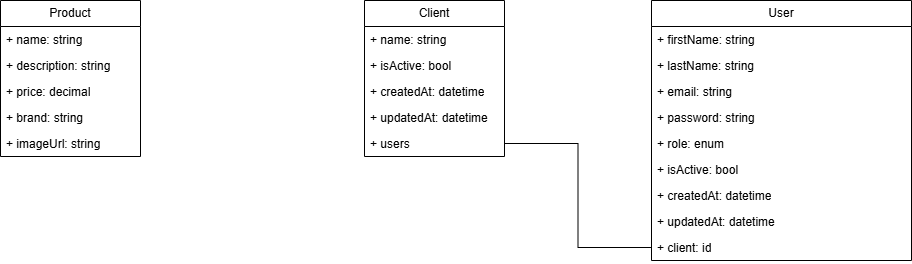
The draw.io diagram docs/diagrams/DiagramClasse.png in Adrien1988/BileMo_API, before a commit. Source tidied: cells renumbered, new cells last; positions are measured from the earlier drawing's top-left corner, leaving out a move shared by most shapes. Its diagram source:
```xml
<mxGraphModel>
  <root>
    <mxCell id="0" />
    <mxCell id="1" parent="0" />
    <mxCell id="2" value="Product" style="swimlane;fontStyle=0;horizontal=1;startSize=26;fillColor=none;whiteSpace=wrap;html=1;" parent="1" vertex="1">
      <mxGeometry width="140" height="156" as="geometry" />
    </mxCell>
    <mxCell id="3" value="+ name: string" style="text;strokeColor=none;fillColor=none;align=left;verticalAlign=top;spacingLeft=4;spacingRight=4;overflow=hidden;whiteSpace=wrap;html=1;" parent="2" vertex="1">
      <mxGeometry y="26" width="140" height="26" as="geometry" />
    </mxCell>
    <mxCell id="4" value="+ description: string" style="text;strokeColor=none;fillColor=none;align=left;verticalAlign=top;spacingLeft=4;spacingRight=4;overflow=hidden;whiteSpace=wrap;html=1;" parent="2" vertex="1">
      <mxGeometry y="52" width="140" height="26" as="geometry" />
    </mxCell>
    <mxCell id="5" value="+ price: decimal" style="text;strokeColor=none;fillColor=none;align=left;verticalAlign=top;spacingLeft=4;spacingRight=4;overflow=hidden;whiteSpace=wrap;html=1;" parent="2" vertex="1">
      <mxGeometry y="78" width="140" height="26" as="geometry" />
    </mxCell>
    <mxCell id="6" value="+ brand: string" style="text;strokeColor=none;fillColor=none;align=left;verticalAlign=top;spacingLeft=4;spacingRight=4;overflow=hidden;whiteSpace=wrap;html=1;" parent="2" vertex="1">
      <mxGeometry y="104" width="140" height="26" as="geometry" />
    </mxCell>
    <mxCell id="7" value="+ imageUrl: string" style="text;strokeColor=none;fillColor=none;align=left;verticalAlign=top;spacingLeft=4;spacingRight=4;overflow=hidden;whiteSpace=wrap;html=1;" parent="2" vertex="1">
      <mxGeometry y="130" width="140" height="26" as="geometry" />
    </mxCell>
    <mxCell id="8" value="Client" style="swimlane;fontStyle=0;horizontal=1;startSize=26;fillColor=none;whiteSpace=wrap;html=1;" parent="1" vertex="1">
      <mxGeometry x="364" width="140" height="156" as="geometry" />
    </mxCell>
    <mxCell id="9" value="+ name: string" style="text;strokeColor=none;fillColor=none;align=left;verticalAlign=top;spacingLeft=4;spacingRight=4;overflow=hidden;whiteSpace=wrap;html=1;" parent="8" vertex="1">
      <mxGeometry y="26" width="140" height="26" as="geometry" />
    </mxCell>
    <mxCell id="10" value="+ isActive: bool" style="text;strokeColor=none;fillColor=none;align=left;verticalAlign=top;spacingLeft=4;spacingRight=4;overflow=hidden;whiteSpace=wrap;html=1;" parent="8" vertex="1">
      <mxGeometry y="52" width="140" height="26" as="geometry" />
    </mxCell>
    <mxCell id="11" value="+ createdAt: datetime" style="text;strokeColor=none;fillColor=none;align=left;verticalAlign=top;spacingLeft=4;spacingRight=4;overflow=hidden;whiteSpace=wrap;html=1;" parent="8" vertex="1">
      <mxGeometry y="78" width="140" height="26" as="geometry" />
    </mxCell>
    <mxCell id="12" value="+ updatedAt: datetime" style="text;strokeColor=none;fillColor=none;align=left;verticalAlign=top;spacingLeft=4;spacingRight=4;overflow=hidden;whiteSpace=wrap;html=1;" parent="8" vertex="1">
      <mxGeometry y="104" width="140" height="26" as="geometry" />
    </mxCell>
    <mxCell id="13" value="+ users" style="text;strokeColor=none;fillColor=none;align=left;verticalAlign=top;spacingLeft=4;spacingRight=4;overflow=hidden;points=[[0,0.5],[1,0.5]];portConstraint=eastwest;whiteSpace=wrap;html=1;" parent="8" vertex="1">
      <mxGeometry y="130" width="140" height="26" as="geometry" />
    </mxCell>
    <mxCell id="14" value="User" style="swimlane;fontStyle=0;horizontal=1;startSize=26;fillColor=none;whiteSpace=wrap;html=1;" parent="1" vertex="1">
      <mxGeometry x="651" width="260" height="260" as="geometry" />
    </mxCell>
    <mxCell id="15" value="+ firstName: string" style="text;strokeColor=none;fillColor=none;align=left;verticalAlign=top;spacingLeft=4;spacingRight=4;overflow=hidden;whiteSpace=wrap;html=1;" parent="14" vertex="1">
      <mxGeometry y="26" width="260" height="26" as="geometry" />
    </mxCell>
    <mxCell id="16" value="+ lastName: string" style="text;strokeColor=none;fillColor=none;align=left;verticalAlign=top;spacingLeft=4;spacingRight=4;overflow=hidden;whiteSpace=wrap;html=1;" parent="14" vertex="1">
      <mxGeometry y="52" width="260" height="26" as="geometry" />
    </mxCell>
    <mxCell id="17" value="+ email: string" style="text;strokeColor=none;fillColor=none;align=left;verticalAlign=top;spacingLeft=4;spacingRight=4;overflow=hidden;whiteSpace=wrap;html=1;" parent="14" vertex="1">
      <mxGeometry y="78" width="260" height="26" as="geometry" />
    </mxCell>
    <mxCell id="18" value="+ password: string" style="text;strokeColor=none;fillColor=none;align=left;verticalAlign=top;spacingLeft=4;spacingRight=4;overflow=hidden;whiteSpace=wrap;html=1;" parent="14" vertex="1">
      <mxGeometry y="104" width="260" height="26" as="geometry" />
    </mxCell>
    <mxCell id="19" value="+ role: enum" style="text;strokeColor=none;fillColor=none;align=left;verticalAlign=top;spacingLeft=4;spacingRight=4;overflow=hidden;whiteSpace=wrap;html=1;" parent="14" vertex="1">
      <mxGeometry y="130" width="260" height="26" as="geometry" />
    </mxCell>
    <mxCell id="20" value="+ isActive: bool" style="text;strokeColor=none;fillColor=none;align=left;verticalAlign=top;spacingLeft=4;spacingRight=4;overflow=hidden;whiteSpace=wrap;html=1;" parent="14" vertex="1">
      <mxGeometry y="156" width="260" height="26" as="geometry" />
    </mxCell>
    <mxCell id="21" value="+ createdAt: datetime" style="text;strokeColor=none;fillColor=none;align=left;verticalAlign=top;spacingLeft=4;spacingRight=4;overflow=hidden;whiteSpace=wrap;html=1;" parent="14" vertex="1">
      <mxGeometry y="182" width="260" height="26" as="geometry" />
    </mxCell>
    <mxCell id="22" value="+ updatedAt: datetime" style="text;strokeColor=none;fillColor=none;align=left;verticalAlign=top;spacingLeft=4;spacingRight=4;overflow=hidden;whiteSpace=wrap;html=1;" parent="14" vertex="1">
      <mxGeometry y="208" width="260" height="26" as="geometry" />
    </mxCell>
    <mxCell id="23" value="+ client: id" style="text;strokeColor=none;fillColor=none;align=left;verticalAlign=top;spacingLeft=4;spacingRight=4;overflow=hidden;points=[[0,0.5],[1,0.5]];portConstraint=eastwest;whiteSpace=wrap;html=1;" parent="14" vertex="1">
      <mxGeometry y="234" width="260" height="26" as="geometry" />
    </mxCell>
    <mxCell id="24" style="endArrow=none;html=1;rounded=0;exitX=1;exitY=0.5;exitDx=0;exitDy=0;entryX=0;entryY=0.5;entryDx=0;entryDy=0;edgeStyle=orthogonalEdgeStyle;" parent="1" edge="1" source="13" target="23">
      <mxGeometry relative="1" as="geometry" />
    </mxCell>
  </root>
</mxGraphModel>
```
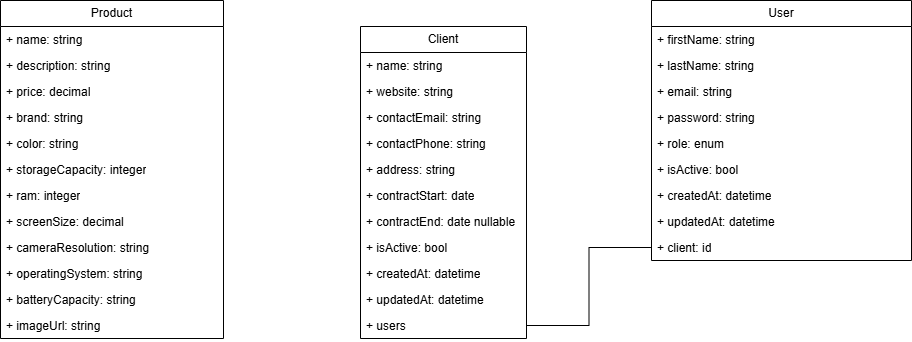
Later version of the same file.

The edit, as a diff of the source:
```diff
@@ -3,40 +3,79 @@
     <mxCell id="0" />
     <mxCell id="1" parent="0" />
     <mxCell id="2" value="Product" style="swimlane;fontStyle=0;horizontal=1;startSize=26;fillColor=none;whiteSpace=wrap;html=1;" parent="1" vertex="1">
-      <mxGeometry width="140" height="156" as="geometry" />
+      <mxGeometry width="223" height="338" as="geometry" />
     </mxCell>
     <mxCell id="3" value="+ name: string" style="text;strokeColor=none;fillColor=none;align=left;verticalAlign=top;spacingLeft=4;spacingRight=4;overflow=hidden;whiteSpace=wrap;html=1;" parent="2" vertex="1">
-      <mxGeometry y="26" width="140" height="26" as="geometry" />
+      <mxGeometry y="26" width="223" height="26" as="geometry" />
     </mxCell>
     <mxCell id="4" value="+ description: string" style="text;strokeColor=none;fillColor=none;align=left;verticalAlign=top;spacingLeft=4;spacingRight=4;overflow=hidden;whiteSpace=wrap;html=1;" parent="2" vertex="1">
-      <mxGeometry y="52" width="140" height="26" as="geometry" />
+      <mxGeometry y="52" width="223" height="26" as="geometry" />
     </mxCell>
     <mxCell id="5" value="+ price: decimal" style="text;strokeColor=none;fillColor=none;align=left;verticalAlign=top;spacingLeft=4;spacingRight=4;overflow=hidden;whiteSpace=wrap;html=1;" parent="2" vertex="1">
-      <mxGeometry y="78" width="140" height="26" as="geometry" />
+      <mxGeometry y="78" width="223" height="26" as="geometry" />
     </mxCell>
     <mxCell id="6" value="+ brand: string" style="text;strokeColor=none;fillColor=none;align=left;verticalAlign=top;spacingLeft=4;spacingRight=4;overflow=hidden;whiteSpace=wrap;html=1;" parent="2" vertex="1">
-      <mxGeometry y="104" width="140" height="26" as="geometry" />
+      <mxGeometry y="104" width="223" height="26" as="geometry" />
     </mxCell>
+    <mxCell id="25" value="+ color: string" style="text;strokeColor=none;fillColor=none;align=left;verticalAlign=top;spacingLeft=4;spacingRight=4;overflow=hidden;whiteSpace=wrap;html=1;" parent="2" vertex="1">
+      <mxGeometry y="130" width="223" height="26" as="geometry" />
+    </mxCell>
+    <mxCell id="26" value="+ storageCapacity: integer" style="text;strokeColor=none;fillColor=none;align=left;verticalAlign=top;spacingLeft=4;spacingRight=4;overflow=hidden;whiteSpace=wrap;html=1;" parent="2" vertex="1">
+      <mxGeometry y="156" width="223" height="26" as="geometry" />
+    </mxCell>
+    <mxCell id="27" value="+ ram: integer" style="text;strokeColor=none;fillColor=none;align=left;verticalAlign=top;spacingLeft=4;spacingRight=4;overflow=hidden;whiteSpace=wrap;html=1;" parent="2" vertex="1">
+      <mxGeometry y="182" width="223" height="26" as="geometry" />
+    </mxCell>
+    <mxCell id="28" value="+ screenSize: decimal" style="text;strokeColor=none;fillColor=none;align=left;verticalAlign=top;spacingLeft=4;spacingRight=4;overflow=hidden;whiteSpace=wrap;html=1;" parent="2" vertex="1">
+      <mxGeometry y="208" width="223" height="26" as="geometry" />
+    </mxCell>
+    <mxCell id="29" value="+ cameraResolution: string" style="text;strokeColor=none;fillColor=none;align=left;verticalAlign=top;spacingLeft=4;spacingRight=4;overflow=hidden;whiteSpace=wrap;html=1;" parent="2" vertex="1">
+      <mxGeometry y="234" width="223" height="26" as="geometry" />
+    </mxCell>
+    <mxCell id="30" value="+ operatingSystem: string" style="text;strokeColor=none;fillColor=none;align=left;verticalAlign=top;spacingLeft=4;spacingRight=4;overflow=hidden;whiteSpace=wrap;html=1;" parent="2" vertex="1">
+      <mxGeometry y="260" width="223" height="26" as="geometry" />
+    </mxCell>
+    <mxCell id="31" value="+ batteryCapacity: string" style="text;strokeColor=none;fillColor=none;align=left;verticalAlign=top;spacingLeft=4;spacingRight=4;overflow=hidden;whiteSpace=wrap;html=1;" parent="2" vertex="1">
+      <mxGeometry y="286" width="223" height="26" as="geometry" />
+    </mxCell>
     <mxCell id="7" value="+ imageUrl: string" style="text;strokeColor=none;fillColor=none;align=left;verticalAlign=top;spacingLeft=4;spacingRight=4;overflow=hidden;whiteSpace=wrap;html=1;" parent="2" vertex="1">
-      <mxGeometry y="130" width="140" height="26" as="geometry" />
+      <mxGeometry y="312" width="223" height="26" as="geometry" />
     </mxCell>
     <mxCell id="8" value="Client" style="swimlane;fontStyle=0;horizontal=1;startSize=26;fillColor=none;whiteSpace=wrap;html=1;" parent="1" vertex="1">
-      <mxGeometry x="364" width="140" height="156" as="geometry" />
+      <mxGeometry x="360" y="26" width="166" height="312" as="geometry" />
     </mxCell>
     <mxCell id="9" value="+ name: string" style="text;strokeColor=none;fillColor=none;align=left;verticalAlign=top;spacingLeft=4;spacingRight=4;overflow=hidden;whiteSpace=wrap;html=1;" parent="8" vertex="1">
-      <mxGeometry y="26" width="140" height="26" as="geometry" />
+      <mxGeometry y="26" width="166" height="26" as="geometry" />
     </mxCell>
+    <mxCell id="32" value="+ website: string" style="text;strokeColor=none;fillColor=none;align=left;verticalAlign=top;spacingLeft=4;spacingRight=4;overflow=hidden;whiteSpace=wrap;html=1;" parent="8" vertex="1">
+      <mxGeometry y="52" width="166" height="26" as="geometry" />
+    </mxCell>
+    <mxCell id="33" value="+ contactEmail: string" style="text;strokeColor=none;fillColor=none;align=left;verticalAlign=top;spacingLeft=4;spacingRight=4;overflow=hidden;whiteSpace=wrap;html=1;" parent="8" vertex="1">
+      <mxGeometry y="78" width="166" height="26" as="geometry" />
+    </mxCell>
+    <mxCell id="34" value="+ contactPhone: string" style="text;strokeColor=none;fillColor=none;align=left;verticalAlign=top;spacingLeft=4;spacingRight=4;overflow=hidden;whiteSpace=wrap;html=1;" parent="8" vertex="1">
+      <mxGeometry y="104" width="166" height="26" as="geometry" />
+    </mxCell>
+    <mxCell id="35" value="+ address: string" style="text;strokeColor=none;fillColor=none;align=left;verticalAlign=top;spacingLeft=4;spacingRight=4;overflow=hidden;whiteSpace=wrap;html=1;" parent="8" vertex="1">
+      <mxGeometry y="130" width="166" height="26" as="geometry" />
+    </mxCell>
+    <mxCell id="36" value="+ contractStart: date" style="text;strokeColor=none;fillColor=none;align=left;verticalAlign=top;spacingLeft=4;spacingRight=4;overflow=hidden;whiteSpace=wrap;html=1;" parent="8" vertex="1">
+      <mxGeometry y="156" width="166" height="26" as="geometry" />
+    </mxCell>
+    <mxCell id="37" value="+ contractEnd: date nullable" style="text;strokeColor=none;fillColor=none;align=left;verticalAlign=top;spacingLeft=4;spacingRight=4;overflow=hidden;whiteSpace=wrap;html=1;" parent="8" vertex="1">
+      <mxGeometry y="182" width="166" height="26" as="geometry" />
+    </mxCell>
     <mxCell id="10" value="+ isActive: bool" style="text;strokeColor=none;fillColor=none;align=left;verticalAlign=top;spacingLeft=4;spacingRight=4;overflow=hidden;whiteSpace=wrap;html=1;" parent="8" vertex="1">
-      <mxGeometry y="52" width="140" height="26" as="geometry" />
+      <mxGeometry y="208" width="166" height="26" as="geometry" />
     </mxCell>
     <mxCell id="11" value="+ createdAt: datetime" style="text;strokeColor=none;fillColor=none;align=left;verticalAlign=top;spacingLeft=4;spacingRight=4;overflow=hidden;whiteSpace=wrap;html=1;" parent="8" vertex="1">
-      <mxGeometry y="78" width="140" height="26" as="geometry" />
+      <mxGeometry y="234" width="166" height="26" as="geometry" />
     </mxCell>
     <mxCell id="12" value="+ updatedAt: datetime" style="text;strokeColor=none;fillColor=none;align=left;verticalAlign=top;spacingLeft=4;spacingRight=4;overflow=hidden;whiteSpace=wrap;html=1;" parent="8" vertex="1">
-      <mxGeometry y="104" width="140" height="26" as="geometry" />
+      <mxGeometry y="260" width="166" height="26" as="geometry" />
     </mxCell>
     <mxCell id="13" value="+ users" style="text;strokeColor=none;fillColor=none;align=left;verticalAlign=top;spacingLeft=4;spacingRight=4;overflow=hidden;points=[[0,0.5],[1,0.5]];portConstraint=eastwest;whiteSpace=wrap;html=1;" parent="8" vertex="1">
-      <mxGeometry y="130" width="140" height="26" as="geometry" />
+      <mxGeometry y="286" width="166" height="26" as="geometry" />
     </mxCell>
     <mxCell id="14" value="User" style="swimlane;fontStyle=0;horizontal=1;startSize=26;fillColor=none;whiteSpace=wrap;html=1;" parent="1" vertex="1">
       <mxGeometry x="651" width="260" height="260" as="geometry" />
```
